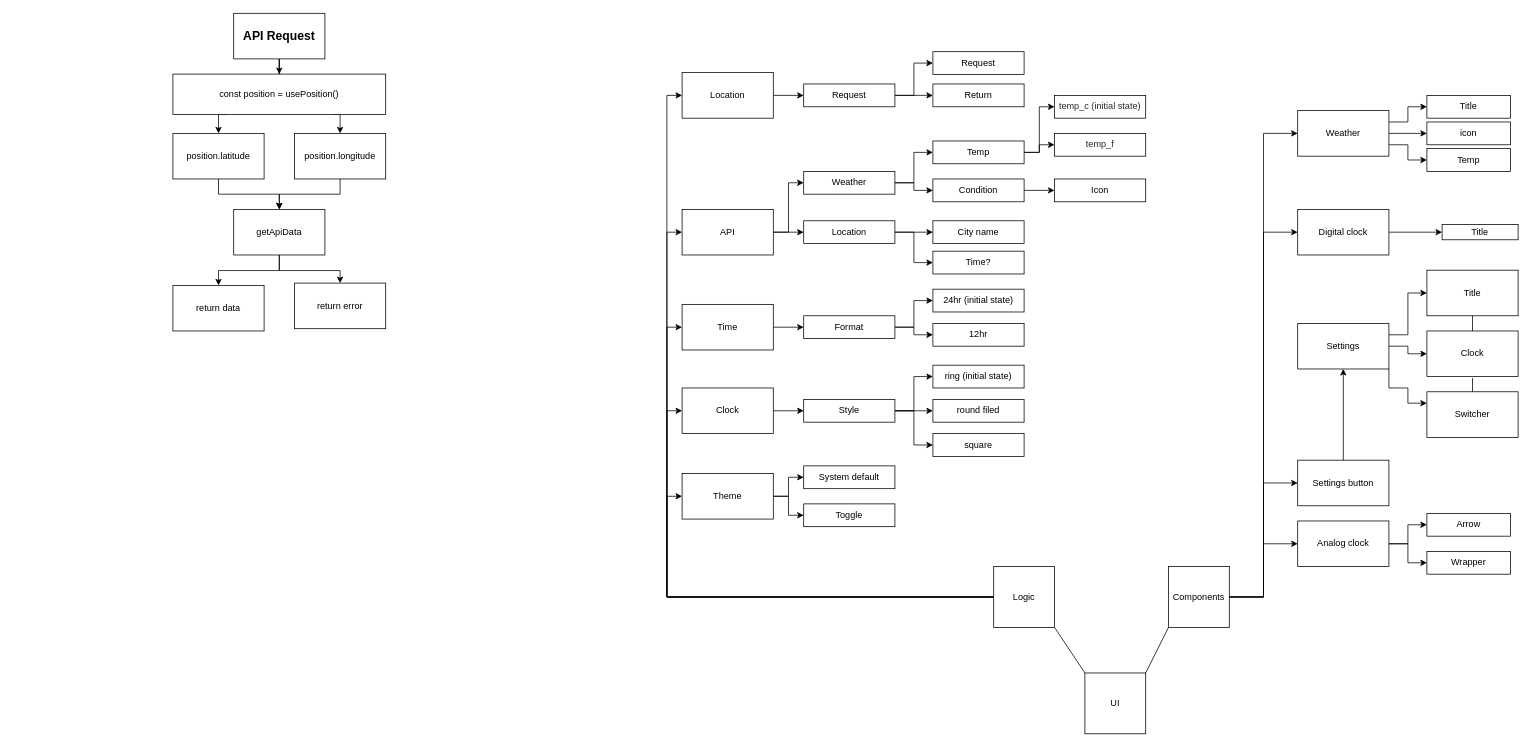
The draw.io diagram draw.io/react-clock.drawio in daniknewgarden/react-clock, before the edit. Source tidied: cells renumbered, new cells numbered last; positions are measured from the earlier drawing's top-left corner, leaving out a move shared by most shapes. Both pictures are drawn from the tidied source at 76%, with x=0, y=0 at pixel (173, 13).
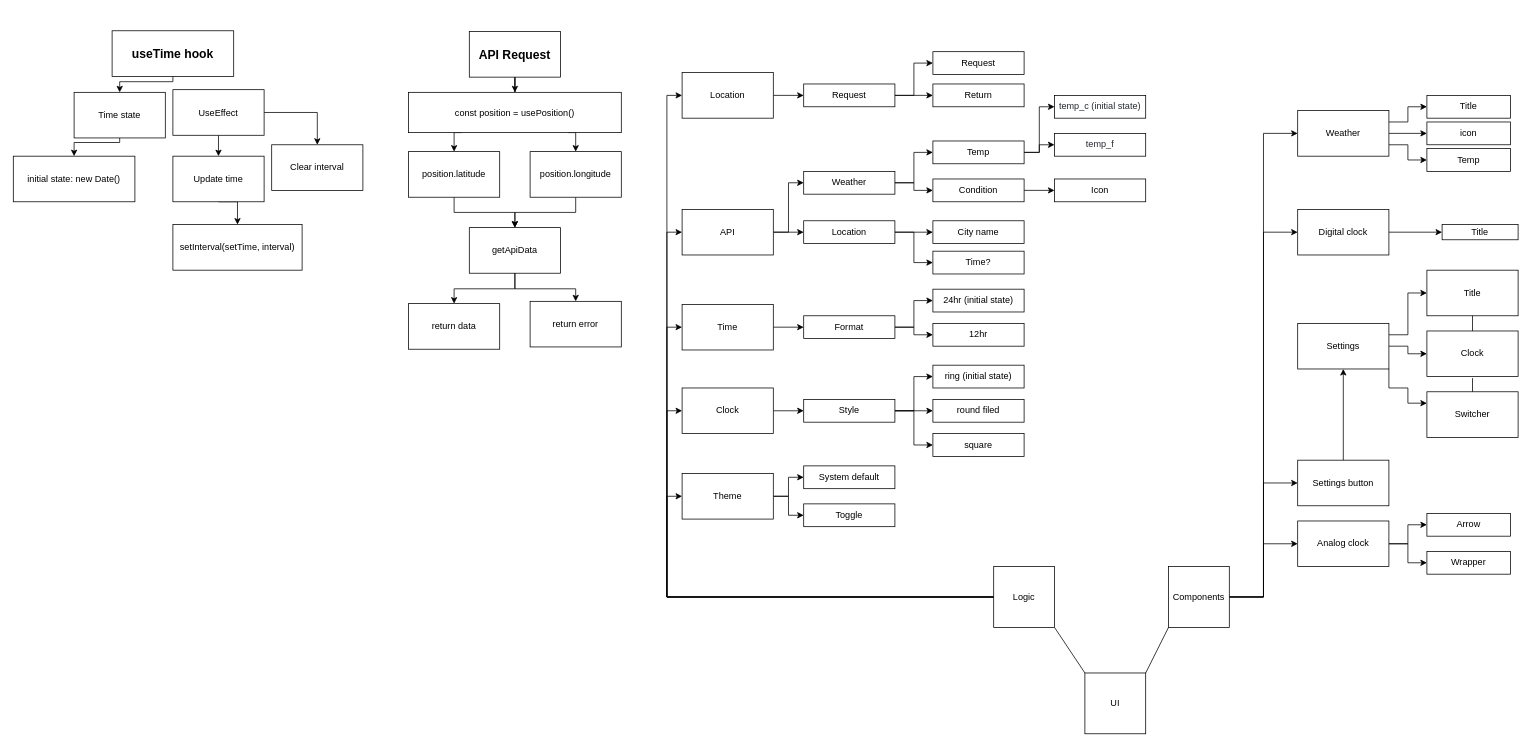
The same page after the edit.

Commit message (it also covers changes not shown here):
Aded useTime hook. It returns current time

Change to the diagram source:
```diff
@@
     <mxCell id="90" value="&lt;b&gt;&lt;font style=&quot;font-size: 16px&quot;&gt;API Request&lt;/font&gt;&lt;/b&gt;" style="rounded=0;whiteSpace=wrap;html=1;" parent="1" vertex="1">
-      <mxGeometry x="80" width="120" height="60" as="geometry" />
+      <mxGeometry x="390" y="24" width="120" height="60" as="geometry" />
     </mxCell>
@@
     <mxCell id="93" value="const position = usePosition()" style="rounded=0;whiteSpace=wrap;html=1;" parent="1" vertex="1">
-      <mxGeometry y="80" width="280" height="53" as="geometry" />
+      <mxGeometry x="310" y="104" width="280" height="53" as="geometry" />
     </mxCell>
@@
     <mxCell id="95" value="position.latitude" style="rounded=0;whiteSpace=wrap;html=1;" parent="1" vertex="1">
-      <mxGeometry y="158" width="120" height="60" as="geometry" />
+      <mxGeometry x="310" y="182" width="120" height="60" as="geometry" />
     </mxCell>
@@
     <mxCell id="97" value="position.longitude" style="rounded=0;whiteSpace=wrap;html=1;" parent="1" vertex="1">
-      <mxGeometry x="160" y="158" width="120" height="60" as="geometry" />
+      <mxGeometry x="470" y="182" width="120" height="60" as="geometry" />
     </mxCell>
     <mxCell id="98" style="edgeStyle=orthogonalEdgeStyle;rounded=0;jettySize=auto;html=1;entryX=0.5;entryY=0;entryDx=0;entryDy=0;" parent="1" edge="1" target="101">
       <mxGeometry relative="1" as="geometry">
-        <mxPoint x="140" y="306.5" as="sourcePoint" />
+        <mxPoint x="450" y="330.5" as="sourcePoint" />
         <Array as="points">
-          <mxPoint x="140" y="338.5" />
-          <mxPoint x="60" y="338.5" />
+          <mxPoint x="450" y="362.5" />
+          <mxPoint x="370" y="362.5" />
         </Array>
       </mxGeometry>
     </mxCell>
     <mxCell id="99" style="edgeStyle=orthogonalEdgeStyle;rounded=0;jettySize=auto;html=1;" parent="1" edge="1" target="102">
       <mxGeometry relative="1" as="geometry">
-        <mxPoint x="140" y="306.5" as="sourcePoint" />
+        <mxPoint x="450" y="330.5" as="sourcePoint" />
         <Array as="points">
-          <mxPoint x="140" y="338.5" />
-          <mxPoint x="220" y="338.5" />
+          <mxPoint x="450" y="362.5" />
+          <mxPoint x="530" y="362.5" />
         </Array>
       </mxGeometry>
     </mxCell>
     <mxCell id="100" value="getApiData" style="rounded=0;whiteSpace=wrap;html=1;" parent="1" vertex="1">
-      <mxGeometry x="80" y="258" width="120" height="60" as="geometry" />
+      <mxGeometry x="390" y="282" width="120" height="60" as="geometry" />
     </mxCell>
     <mxCell id="101" value="return data" style="rounded=0;whiteSpace=wrap;html=1;" parent="1" vertex="1">
-      <mxGeometry y="358" width="120" height="60" as="geometry" />
+      <mxGeometry x="310" y="382" width="120" height="60" as="geometry" />
     </mxCell>
     <mxCell id="102" value="return error" style="rounded=0;whiteSpace=wrap;html=1;" parent="1" vertex="1">
-      <mxGeometry x="160" y="355" width="120" height="60" as="geometry" />
+      <mxGeometry x="470" y="379" width="120" height="60" as="geometry" />
     </mxCell>
+    <mxCell id="103" style="edgeStyle=orthogonalEdgeStyle;rounded=0;jettySize=auto;html=1;entryX=0.5;entryY=0;entryDx=0;entryDy=0;" parent="1" edge="1" source="104" target="106">
+      <mxGeometry relative="1" as="geometry">
+        <Array as="points">
+          <mxPoint y="90" />
+          <mxPoint x="-70" y="90" />
+        </Array>
+      </mxGeometry>
+    </mxCell>
+    <mxCell id="104" value="&lt;b&gt;&lt;font style=&quot;font-size: 16px&quot;&gt;useTime hook&lt;/font&gt;&lt;/b&gt;" style="rounded=0;whiteSpace=wrap;html=1;" parent="1" vertex="1">
+      <mxGeometry x="-80" y="23" width="160" height="60" as="geometry" />
+    </mxCell>
+    <mxCell id="105" style="edgeStyle=orthogonalEdgeStyle;rounded=0;jettySize=auto;html=1;entryX=0.5;entryY=0;entryDx=0;entryDy=0;" parent="1" edge="1" source="106" target="107">
+      <mxGeometry relative="1" as="geometry">
+        <Array as="points">
+          <mxPoint x="-70" y="170" />
+          <mxPoint x="-130" y="170" />
+        </Array>
+      </mxGeometry>
+    </mxCell>
+    <mxCell id="106" value="Time state" style="rounded=0;whiteSpace=wrap;html=1;" parent="1" vertex="1">
+      <mxGeometry x="-130" y="104" width="120" height="60" as="geometry" />
+    </mxCell>
+    <mxCell id="107" value="initial state: new Date()" style="rounded=0;whiteSpace=wrap;html=1;" parent="1" vertex="1">
+      <mxGeometry x="-210" y="188" width="160" height="60" as="geometry" />
+    </mxCell>
+    <mxCell id="108" style="edgeStyle=orthogonalEdgeStyle;rounded=0;jettySize=auto;html=1;" parent="1" edge="1" source="110" target="113">
+      <mxGeometry relative="1" as="geometry" />
+    </mxCell>
+    <mxCell id="109" style="edgeStyle=orthogonalEdgeStyle;rounded=0;jettySize=auto;html=1;exitX=0.5;exitY=1;exitDx=0;exitDy=0;entryX=0.5;entryY=0;entryDx=0;entryDy=0;" parent="1" edge="1" source="110" target="112">
+      <mxGeometry relative="1" as="geometry" />
+    </mxCell>
+    <mxCell id="110" value="UseEffect" style="rounded=0;whiteSpace=wrap;html=1;" parent="1" vertex="1">
+      <mxGeometry y="100.5" width="120" height="60" as="geometry" />
+    </mxCell>
+    <mxCell id="111" style="edgeStyle=orthogonalEdgeStyle;rounded=0;jettySize=auto;html=1;exitX=0.5;exitY=1;exitDx=0;exitDy=0;entryX=0.5;entryY=0;entryDx=0;entryDy=0;" parent="1" edge="1" source="112" target="114">
+      <mxGeometry relative="1" as="geometry" />
+    </mxCell>
+    <mxCell id="112" value="Update time" style="rounded=0;whiteSpace=wrap;html=1;" parent="1" vertex="1">
+      <mxGeometry y="188" width="120" height="60" as="geometry" />
+    </mxCell>
+    <mxCell id="113" value="Clear interval" style="rounded=0;whiteSpace=wrap;html=1;" parent="1" vertex="1">
+      <mxGeometry x="130" y="173" width="120" height="60" as="geometry" />
+    </mxCell>
+    <mxCell id="114" value="setInterval(setTime, interval)" style="rounded=0;whiteSpace=wrap;html=1;" parent="1" vertex="1">
+      <mxGeometry y="278" width="170" height="60" as="geometry" />
+    </mxCell>
```
